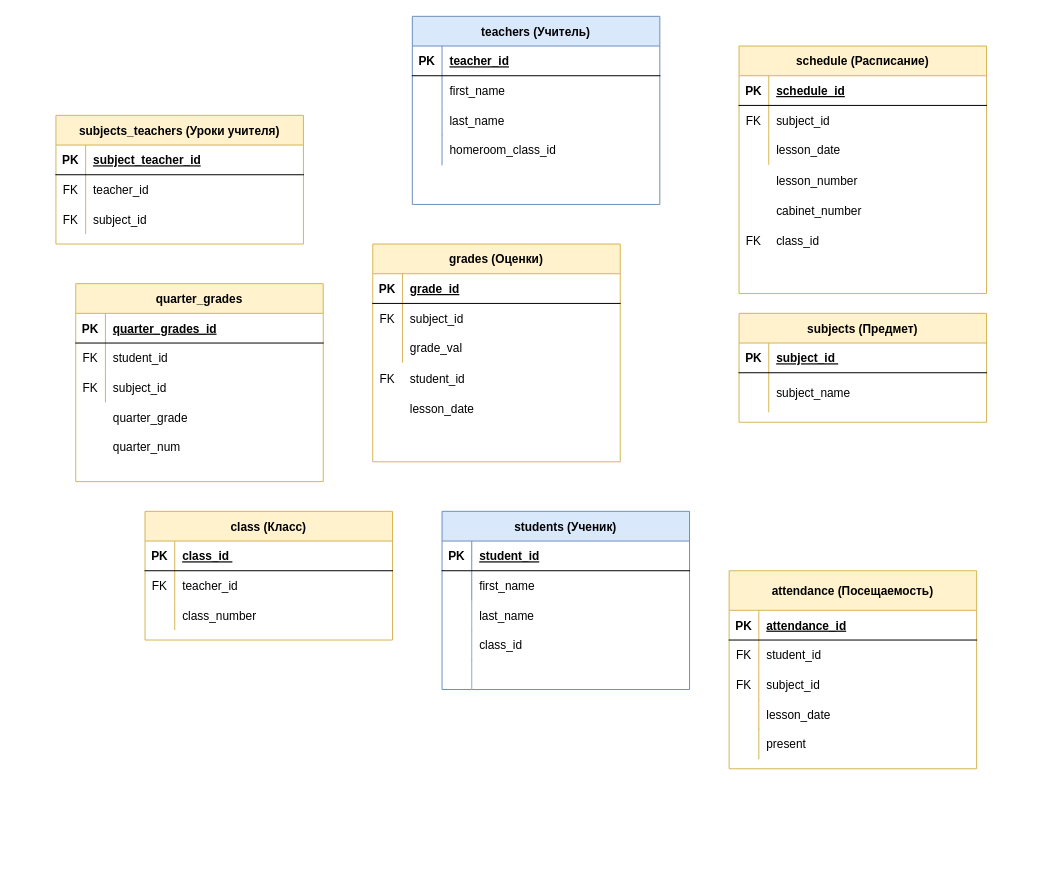
Before: Диаграмма без названия.drawio in Web-destiny/appNotes, a draw.io diagram. Source tidied: cells renumbered, new cells numbered last; positions are measured from the earlier drawing's top-left corner, leaving out a move shared by most shapes. Both pictures are drawn from the tidied source at 99%, with x=0, y=0 at pixel (55, 16).
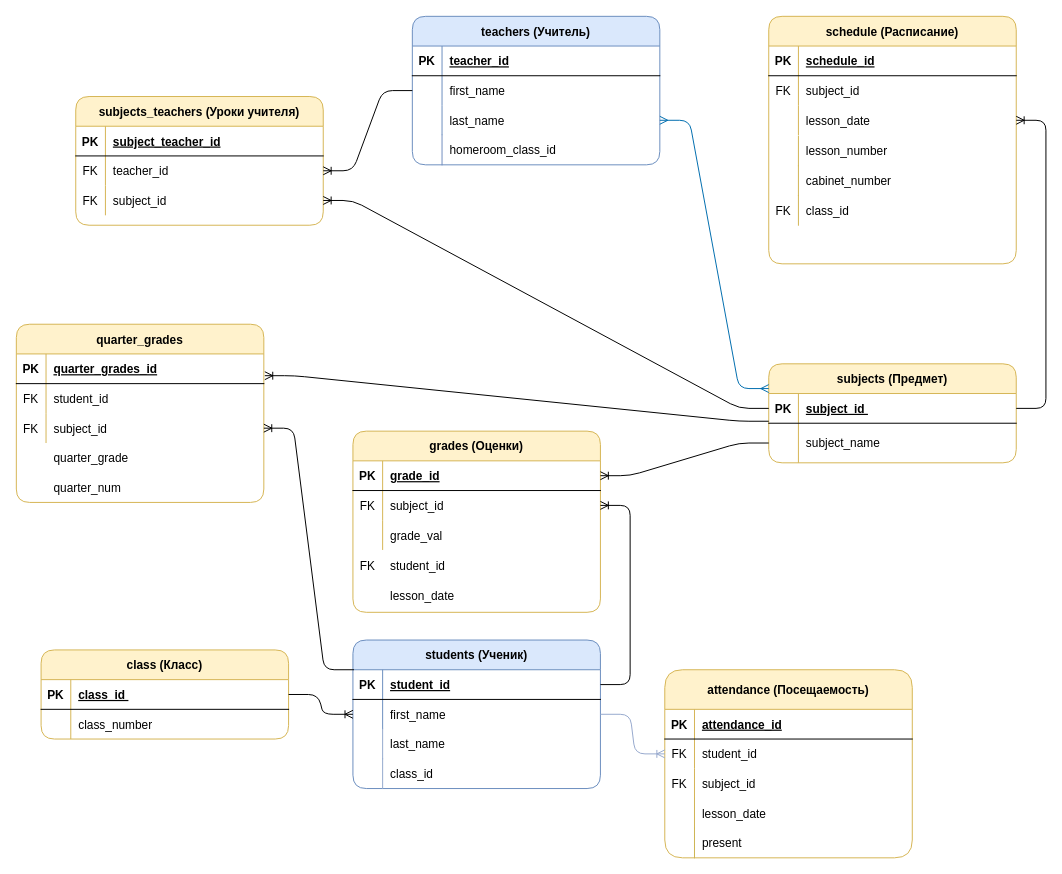
After the change.

The change refers to these unchanged cells:
```xml
<mxCell id="6" style="shape=partialRectangle;fillColor=none;points=[[0,0.5],[1,0.5]];portConstraint=eastwest;top=0;left=0;right=0;bottom=0;" parent="2" vertex="1">
  <mxGeometry y="60" width="250" height="30" as="geometry" />
</mxCell>
<mxCell id="9" style="shape=partialRectangle;fillColor=none;points=[[0,0.5],[1,0.5]];portConstraint=eastwest;top=0;left=0;right=0;bottom=0;" parent="2" vertex="1">
  <mxGeometry y="90" width="250" height="30" as="geometry" />
</mxCell>
<mxCell id="13" style="shape=partialRectangle;fillColor=none;points=[[0,0.5],[1,0.5]];portConstraint=eastwest;top=0;left=0;right=0;bottom=1;" parent="12" vertex="1">
  <mxGeometry y="30" width="250" height="30" as="geometry" />
</mxCell>
<mxCell id="16" style="shape=partialRectangle;fillColor=none;points=[[0,0.5],[1,0.5]];portConstraint=eastwest;top=0;left=0;right=0;bottom=0;" parent="12" vertex="1">
  <mxGeometry y="60" width="250" height="40" as="geometry" />
</mxCell>
<mxCell id="20" style="shape=partialRectangle;fillColor=none;points=[[0,0.5],[1,0.5]];portConstraint=eastwest;top=0;left=0;right=0;bottom=1;" parent="19" vertex="1">
  <mxGeometry y="30" width="250" height="30" as="geometry" />
</mxCell>
<mxCell id="23" style="shape=partialRectangle;fillColor=none;top=0;left=0;right=0;bottom=0;" parent="19" vertex="1">
  <mxGeometry y="60" width="250" height="30" as="geometry" />
</mxCell>
<mxCell id="33" style="shape=partialRectangle;fillColor=none;points=[[0,0.5],[1,0.5]];portConstraint=eastwest;top=0;left=0;right=0;bottom=0;" parent="29" vertex="1">
  <mxGeometry y="60" width="250" height="30" as="geometry" />
</mxCell>
<mxCell id="36" style="shape=partialRectangle;fillColor=none;points=[[0,0.5],[1,0.5]];portConstraint=eastwest;top=0;left=0;right=0;bottom=0;" parent="29" vertex="1">
  <mxGeometry y="90" width="250" height="30" as="geometry" />
</mxCell>
<mxCell id="43" style="shape=partialRectangle;fillColor=none;points=[[0,0.5],[1,0.5]];portConstraint=eastwest;top=0;left=0;right=0;bottom=0;" parent="39" vertex="1">
  <mxGeometry y="70" width="250" height="30" as="geometry" />
</mxCell>
<mxCell id="50" style="shape=partialRectangle;fillColor=none;points=[[0,0.5],[1,0.5]];portConstraint=eastwest;top=0;left=0;right=0;bottom=1;" parent="49" vertex="1">
  <mxGeometry y="30" width="250" height="30" as="geometry" />
</mxCell>
<mxCell id="53" style="shape=partialRectangle;fillColor=none;points=[[0,0.5],[1,0.5]];portConstraint=eastwest;top=0;left=0;right=0;bottom=0;" parent="49" vertex="1">
  <mxGeometry y="60" width="250" height="30" as="geometry" />
</mxCell>
<mxCell id="60" style="shape=partialRectangle;fillColor=none;points=[[0,0.5],[1,0.5]];portConstraint=eastwest;top=0;left=0;right=0;bottom=1;" parent="59" vertex="1">
  <mxGeometry y="30" width="250" height="30" as="geometry" />
</mxCell>
<mxCell id="66" style="shape=partialRectangle;fillColor=none;points=[[0,0.5],[1,0.5]];portConstraint=eastwest;top=0;left=0;right=0;bottom=0;" parent="59" vertex="1">
  <mxGeometry y="90" width="250" height="30" as="geometry" />
</mxCell>
<mxCell id="76" style="shape=partialRectangle;fillColor=none;points=[[0,0.5],[1,0.5]];portConstraint=eastwest;top=0;left=0;right=0;bottom=0;" parent="69" vertex="1">
  <mxGeometry y="90" width="250" height="30" as="geometry" />
</mxCell>
<mxCell id="80" style="shape=partialRectangle;fillColor=none;points=[[0,0.5],[1,0.5]];portConstraint=eastwest;top=0;left=0;right=0;bottom=1;" parent="79" vertex="1">
  <mxGeometry y="30" width="250" height="30" as="geometry" />
</mxCell>
<mxCell id="83" style="shape=partialRectangle;fillColor=none;points=[[0,0.5],[1,0.5]];portConstraint=eastwest;top=0;left=0;right=0;bottom=0;" parent="79" vertex="1">
  <mxGeometry y="60" width="250" height="30" as="geometry" />
</mxCell>
```

The edit, as a diff of the source:
```diff
@@
-    <mxCell id="2" value="teachers (Учитель)" style="shape=table;startSize=30;childLayout=tableLayout;rowLines=0;fontStyle=1;align=center;fillColor=#dae8fc;strokeColor=#6c8ebf;" parent="1" vertex="1">
-      <mxGeometry x="360" width="250" height="190" as="geometry" />
+    <mxCell id="2" value="teachers (Учитель)" style="shape=table;startSize=30;childLayout=tableLayout;rowLines=0;fontStyle=1;align=center;fillColor=#dae8fc;strokeColor=#6c8ebf;rounded=1;" parent="1" vertex="1">
+      <mxGeometry x="360" width="250" height="150" as="geometry" />
     </mxCell>
@@
-    <mxCell id="12" value="subjects (Предмет)" style="shape=table;startSize=30;childLayout=tableLayout;rowLines=0;fontStyle=1;align=center;fillColor=#fff2cc;strokeColor=#d6b656;" parent="1" vertex="1">
-      <mxGeometry x="690" y="300" width="250" height="110" as="geometry" />
+    <mxCell id="12" value="subjects (Предмет)" style="shape=table;startSize=30;childLayout=tableLayout;rowLines=0;fontStyle=1;align=center;fillColor=#fff2cc;strokeColor=#d6b656;rounded=1;" parent="1" vertex="1">
+      <mxGeometry x="720" y="351" width="250" height="100" as="geometry" />
     </mxCell>
@@
-    <mxCell id="19" value="class (Класс)" style="shape=table;startSize=30;childLayout=tableLayout;rowLines=0;fontStyle=1;align=center;fillColor=#fff2cc;strokeColor=#d6b656;" parent="1" vertex="1">
-      <mxGeometry x="90" y="500" width="250" height="130" as="geometry" />
+    <mxCell id="19" value="class (Класс)" style="shape=table;startSize=30;childLayout=tableLayout;rowLines=0;fontStyle=1;align=center;fillColor=#fff2cc;strokeColor=#d6b656;rounded=1;" parent="1" vertex="1">
+      <mxGeometry x="-15" y="640" width="250" height="90" as="geometry" />
     </mxCell>
@@
-    <mxCell id="24" value="FK" style="shape=partialRectangle;overflow=hidden;fillColor=none;top=0;left=0;bottom=0;right=0;" parent="23" vertex="1">
+    <mxCell id="24" style="shape=partialRectangle;overflow=hidden;fillColor=none;top=0;left=0;bottom=0;right=0;" parent="23" vertex="1">
       <mxGeometry width="30" height="30" as="geometry" />
     </mxCell>
-    <mxCell id="25" value="teacher_id" style="shape=partialRectangle;overflow=hidden;fillColor=none;top=0;left=0;bottom=0;right=0;align=left;spacingLeft=6;" parent="23" vertex="1">
+    <mxCell id="25" value="class_number" style="shape=partialRectangle;overflow=hidden;fillColor=none;top=0;left=0;bottom=0;right=0;align=left;spacingLeft=6;" parent="23" vertex="1">
       <mxGeometry x="30" width="220" height="30" as="geometry" />
     </mxCell>
-    <mxCell id="26" style="shape=partialRectangle;fillColor=none;top=0;left=0;right=0;bottom=0;" parent="19" vertex="1">
-      <mxGeometry y="90" width="250" height="30" as="geometry" />
-    </mxCell>
-    <mxCell id="27" style="shape=partialRectangle;overflow=hidden;fillColor=none;top=0;left=0;bottom=0;right=0;" parent="26" vertex="1">
-      <mxGeometry width="30" height="30" as="geometry" />
-    </mxCell>
-    <mxCell id="28" value="class_number" style="shape=partialRectangle;overflow=hidden;fillColor=none;top=0;left=0;bottom=0;right=0;align=left;spacingLeft=6;" parent="26" vertex="1">
-      <mxGeometry x="30" width="220" height="30" as="geometry" />
-    </mxCell>
-    <mxCell id="29" value="subjects_teachers (Уроки учителя)" style="shape=table;startSize=30;childLayout=tableLayout;rowLines=0;fontStyle=1;align=center;fillColor=#fff2cc;strokeColor=#d6b656;" parent="1" vertex="1">
-      <mxGeometry y="100" width="250" height="130" as="geometry" />
+    <mxCell id="29" value="subjects_teachers (Уроки учителя)" style="shape=table;startSize=30;childLayout=tableLayout;rowLines=0;fontStyle=1;align=center;fillColor=#fff2cc;strokeColor=#d6b656;rounded=1;" parent="1" vertex="1">
+      <mxGeometry x="20" y="81" width="250" height="130" as="geometry" />
     </mxCell>
@@
-    <mxCell id="39" value="attendance (Посещаемость)" style="shape=table;startSize=40;childLayout=tableLayout;rowLines=0;fontStyle=1;align=center;fillColor=#fff2cc;strokeColor=#d6b656;" parent="1" vertex="1">
-      <mxGeometry x="680" y="560" width="250" height="200" as="geometry" />
+    <mxCell id="39" value="attendance (Посещаемость)" style="shape=table;startSize=40;childLayout=tableLayout;rowLines=0;fontStyle=1;align=center;fillColor=#fff2cc;strokeColor=#d6b656;rounded=1;" parent="1" vertex="1">
+      <mxGeometry x="615" y="660" width="250" height="190" as="geometry" />
     </mxCell>
@@
-    <mxCell id="49" value="grades (Оценки)" style="shape=table;startSize=30;childLayout=tableLayout;rowLines=0;fontStyle=1;align=center;fillColor=#fff2cc;strokeColor=#d6b656;" parent="1" vertex="1">
-      <mxGeometry x="320" y="230" width="250" height="220" as="geometry" />
+    <mxCell id="49" value="grades (Оценки)" style="shape=table;startSize=30;childLayout=tableLayout;rowLines=0;fontStyle=1;align=center;fillColor=#fff2cc;strokeColor=#d6b656;rounded=1;" parent="1" vertex="1">
+      <mxGeometry x="300" y="419" width="250" height="183" as="geometry" />
     </mxCell>
@@
-    <mxCell id="59" value="quarter_grades" style="shape=table;startSize=30;childLayout=tableLayout;rowLines=0;fontStyle=1;align=center;fillColor=#fff2cc;strokeColor=#d6b656;" parent="1" vertex="1">
-      <mxGeometry x="20" y="270" width="250" height="200" as="geometry" />
+    <mxCell id="59" value="quarter_grades" style="shape=table;startSize=30;childLayout=tableLayout;rowLines=0;fontStyle=1;align=center;fillColor=#fff2cc;strokeColor=#d6b656;rounded=1;" parent="1" vertex="1">
+      <mxGeometry x="-40" y="311" width="250" height="180" as="geometry" />
     </mxCell>
@@
-    <mxCell id="69" value="schedule (Расписание)" style="shape=table;startSize=30;childLayout=tableLayout;rowLines=0;fontStyle=1;align=center;fillColor=#fff2cc;strokeColor=#d6b656;" parent="1" vertex="1">
-      <mxGeometry x="690" y="30" width="250" height="250" as="geometry" />
+    <mxCell id="69" value="schedule (Расписание)" style="shape=table;startSize=30;childLayout=tableLayout;rowLines=0;fontStyle=1;align=center;fillColor=#fff2cc;strokeColor=#d6b656;rounded=1;" parent="1" vertex="1">
+      <mxGeometry x="720" width="250" height="250" as="geometry" />
     </mxCell>
@@
-    <mxCell id="79" value="students (Ученик)" style="shape=table;startSize=30;childLayout=tableLayout;rowLines=0;fontStyle=1;align=center;fillColor=#dae8fc;strokeColor=#6c8ebf;top=1;right=1;" parent="1" vertex="1">
-      <mxGeometry x="390" y="500" width="250" height="180" as="geometry" />
+    <mxCell id="79" value="students (Ученик)" style="shape=table;startSize=30;childLayout=tableLayout;rowLines=0;fontStyle=1;align=center;fillColor=#dae8fc;strokeColor=#6c8ebf;top=1;right=1;rounded=1;" parent="1" vertex="1">
+      <mxGeometry x="300" y="630" width="250" height="150" as="geometry" />
     </mxCell>
@@
     <mxCell id="86" style="shape=partialRectangle;overflow=hidden;fillColor=none;top=0;left=0;bottom=0;right=1;strokeWidth=1;strokeColor=#94a9ce;align=center;verticalAlign=middle;fontFamily=Helvetica;fontSize=12;fontColor=default;" parent="1" vertex="1">
-      <mxGeometry x="390" y="590" width="30" height="30" as="geometry" />
+      <mxGeometry x="300" y="720" width="30" height="30" as="geometry" />
     </mxCell>
     <mxCell id="87" value="last_name" style="shape=partialRectangle;overflow=hidden;fillColor=none;top=0;left=0;bottom=0;right=0;align=left;spacingLeft=6;strokeWidth=1;" parent="1" vertex="1">
-      <mxGeometry x="420" y="590" width="220" height="30" as="geometry" />
+      <mxGeometry x="330" y="720" width="220" height="30" as="geometry" />
     </mxCell>
     <mxCell id="88" style="shape=partialRectangle;overflow=hidden;fillColor=none;top=0;left=0;bottom=0;right=1;strokeWidth=1;strokeColor=#94a9ce;align=center;verticalAlign=middle;fontFamily=Helvetica;fontSize=12;fontColor=default;" parent="1" vertex="1">
-      <mxGeometry x="390" y="620" width="30" height="30" as="geometry" />
+      <mxGeometry x="300" y="750" width="30" height="30" as="geometry" />
     </mxCell>
     <mxCell id="89" value="class_id" style="shape=partialRectangle;overflow=hidden;fillColor=none;top=0;left=0;bottom=0;right=0;align=left;spacingLeft=6;strokeWidth=1;" parent="1" vertex="1">
-      <mxGeometry x="420" y="620" width="220" height="30" as="geometry" />
+      <mxGeometry x="330" y="750" width="220" height="30" as="geometry" />
     </mxCell>
-    <mxCell id="90" style="shape=partialRectangle;overflow=hidden;fillColor=none;top=0;left=0;bottom=0;right=1;strokeWidth=1;strokeColor=#94a9ce;align=center;verticalAlign=middle;fontFamily=Helvetica;fontSize=12;fontColor=default;" parent="1" vertex="1">
-      <mxGeometry x="390" y="650" width="30" height="30" as="geometry" />
-    </mxCell>
-    <mxCell id="91" style="shape=partialRectangle;overflow=hidden;fillColor=none;top=0;left=0;bottom=0;right=0;align=left;spacingLeft=6;strokeWidth=1;" parent="1" vertex="1">
-      <mxGeometry x="420" y="650" width="220" height="30" as="geometry" />
-    </mxCell>
@@
     <mxCell id="94" style="shape=partialRectangle;overflow=hidden;fillColor=none;top=0;left=0;bottom=0;right=1;strokeColor=#d2b654;" parent="1" vertex="1">
-      <mxGeometry x="680" y="690" width="30" height="30" as="geometry" />
+      <mxGeometry x="615" y="790" width="30" height="30" as="geometry" />
     </mxCell>
     <mxCell id="95" value="lesson_date" style="shape=partialRectangle;overflow=hidden;fillColor=none;top=0;left=0;bottom=0;right=0;align=left;spacingLeft=6;" parent="1" vertex="1">
-      <mxGeometry x="710" y="690" width="220" height="30" as="geometry" />
+      <mxGeometry x="645" y="790" width="220" height="30" as="geometry" />
     </mxCell>
     <mxCell id="96" style="shape=partialRectangle;overflow=hidden;fillColor=none;top=0;left=0;bottom=0;right=1;strokeColor=#ceb652;" parent="1" vertex="1">
-      <mxGeometry x="680" y="720" width="30" height="30" as="geometry" />
+      <mxGeometry x="615" y="820" width="30" height="30" as="geometry" />
     </mxCell>
     <mxCell id="97" value="present" style="shape=partialRectangle;overflow=hidden;fillColor=none;top=0;left=0;bottom=0;right=0;align=left;spacingLeft=6;strokeColor=#d2b654;" parent="1" vertex="1">
-      <mxGeometry x="710" y="720" width="220" height="30" as="geometry" />
+      <mxGeometry x="645" y="820" width="220" height="30" as="geometry" />
     </mxCell>
     <mxCell id="98" value="FK" style="shape=partialRectangle;overflow=hidden;fillColor=none;top=0;left=0;bottom=0;right=0;" parent="1" vertex="1">
-      <mxGeometry x="320" y="351" width="30" height="30" as="geometry" />
+      <mxGeometry x="300" y="540" width="30" height="30" as="geometry" />
     </mxCell>
     <mxCell id="99" value="student_id" style="shape=partialRectangle;overflow=hidden;fillColor=none;top=0;left=0;bottom=0;right=0;align=left;spacingLeft=6;" parent="1" vertex="1">
-      <mxGeometry x="350" y="351" width="220" height="30" as="geometry" />
+      <mxGeometry x="330" y="540" width="220" height="30" as="geometry" />
     </mxCell>
     <mxCell id="100" style="shape=partialRectangle;overflow=hidden;fillColor=none;top=0;left=0;bottom=0;right=0;" parent="1" vertex="1">
-      <mxGeometry x="320" y="381" width="30" height="30" as="geometry" />
+      <mxGeometry x="300" y="570" width="30" height="30" as="geometry" />
     </mxCell>
     <mxCell id="101" value="lesson_date" style="shape=partialRectangle;overflow=hidden;fillColor=none;top=0;left=0;bottom=0;right=0;align=left;spacingLeft=6;" parent="1" vertex="1">
-      <mxGeometry x="350" y="381" width="220" height="30" as="geometry" />
+      <mxGeometry x="330" y="570" width="220" height="30" as="geometry" />
     </mxCell>
-    <mxCell id="102" style="shape=partialRectangle;overflow=hidden;fillColor=none;top=0;left=0;bottom=0;right=0;" parent="1" vertex="1">
-      <mxGeometry x="690" y="151" width="30" height="30" as="geometry" />
+    <mxCell id="102" style="shape=partialRectangle;overflow=hidden;fillColor=none;top=0;left=0;bottom=0;right=1;strokeColor=#d2b654;" parent="1" vertex="1">
+      <mxGeometry x="720" y="121" width="30" height="30" as="geometry" />
     </mxCell>
     <mxCell id="103" value="lesson_number" style="shape=partialRectangle;overflow=hidden;fillColor=none;top=0;left=0;bottom=0;right=0;align=left;spacingLeft=6;" parent="1" vertex="1">
-      <mxGeometry x="720" y="151" width="220" height="30" as="geometry" />
+      <mxGeometry x="750" y="121" width="220" height="30" as="geometry" />
     </mxCell>
-    <mxCell id="104" style="shape=partialRectangle;overflow=hidden;fillColor=none;top=0;left=0;bottom=0;right=0;" parent="1" vertex="1">
-      <mxGeometry x="690" y="181" width="30" height="30" as="geometry" />
+    <mxCell id="104" style="shape=partialRectangle;overflow=hidden;fillColor=none;top=0;left=0;bottom=0;right=1;strokeColor=#d2b654;" parent="1" vertex="1">
+      <mxGeometry x="720" y="151" width="30" height="30" as="geometry" />
     </mxCell>
     <mxCell id="105" value="cabinet_number" style="shape=partialRectangle;overflow=hidden;fillColor=none;top=0;left=0;bottom=0;right=0;align=left;spacingLeft=6;" parent="1" vertex="1">
-      <mxGeometry x="720" y="181" width="220" height="30" as="geometry" />
+      <mxGeometry x="750" y="151" width="220" height="30" as="geometry" />
     </mxCell>
-    <mxCell id="106" value="FK" style="shape=partialRectangle;overflow=hidden;fillColor=none;top=0;left=0;bottom=0;right=0;" parent="1" vertex="1">
-      <mxGeometry x="690" y="211" width="30" height="30" as="geometry" />
+    <mxCell id="106" value="FK" style="shape=partialRectangle;overflow=hidden;fillColor=none;top=0;left=0;bottom=0;right=1;strokeColor=#d2b654;" parent="1" vertex="1">
+      <mxGeometry x="720" y="181" width="30" height="30" as="geometry" />
     </mxCell>
     <mxCell id="107" value="class_id" style="shape=partialRectangle;overflow=hidden;fillColor=none;top=0;left=0;bottom=0;right=0;align=left;spacingLeft=6;" parent="1" vertex="1">
-      <mxGeometry x="720" y="211" width="220" height="30" as="geometry" />
+      <mxGeometry x="750" y="181" width="220" height="30" as="geometry" />
     </mxCell>
     <mxCell id="108" style="shape=partialRectangle;overflow=hidden;fillColor=none;top=0;left=0;bottom=0;right=0;" parent="1" vertex="1">
-      <mxGeometry x="20" y="390" width="30" height="30" as="geometry" />
+      <mxGeometry x="-40" y="431" width="30" height="30" as="geometry" />
     </mxCell>
     <mxCell id="109" value="quarter_grade" style="shape=partialRectangle;overflow=hidden;fillColor=none;top=0;left=0;bottom=0;right=0;align=left;spacingLeft=6;" parent="1" vertex="1">
-      <mxGeometry x="50" y="390" width="220" height="30" as="geometry" />
+      <mxGeometry x="-10" y="431" width="220" height="30" as="geometry" />
     </mxCell>
     <mxCell id="110" style="shape=partialRectangle;overflow=hidden;fillColor=none;top=0;left=0;bottom=0;right=0;" parent="1" vertex="1">
-      <mxGeometry x="20" y="420" width="30" height="30" as="geometry" />
+      <mxGeometry x="-40" y="461" width="30" height="30" as="geometry" />
     </mxCell>
     <mxCell id="111" value="quarter_num" style="shape=partialRectangle;overflow=hidden;fillColor=none;top=0;left=0;bottom=0;right=0;align=left;spacingLeft=6;" parent="1" vertex="1">
-      <mxGeometry x="50" y="420" width="220" height="30" as="geometry" />
+      <mxGeometry x="-10" y="461" width="220" height="30" as="geometry" />
     </mxCell>
+    <mxCell id="112" style="edgeStyle=entityRelationEdgeStyle;fontSize=12;html=1;endArrow=ERmany;startArrow=ERmany;rounded=1;entryX=0;entryY=0.25;entryDx=0;entryDy=0;fillColor=#1ba1e2;strokeColor=#006EAF;exitX=1;exitY=0.5;exitDx=0;exitDy=0;curved=0;" parent="1" edge="1" source="9" target="12">
+      <mxGeometry relative="1" as="geometry" />
+    </mxCell>
+    <mxCell id="113" style="edgeStyle=entityRelationEdgeStyle;fontSize=12;html=1;endArrow=ERoneToMany;rounded=1;exitX=1;exitY=0.5;exitDx=0;exitDy=0;entryX=0;entryY=0.5;entryDx=0;entryDy=0;curved=0;" parent="1" edge="1" source="20" target="83">
+      <mxGeometry relative="1" as="geometry" />
+    </mxCell>
+    <mxCell id="114" style="edgeStyle=entityRelationEdgeStyle;fontSize=12;html=1;endArrow=ERoneToMany;rounded=1;exitX=0;exitY=0.5;exitDx=0;exitDy=0;entryX=1;entryY=0.5;entryDx=0;entryDy=0;curved=0;" parent="1" edge="1" source="6" target="33">
+      <mxGeometry relative="1" as="geometry" />
+    </mxCell>
+    <mxCell id="115" style="edgeStyle=entityRelationEdgeStyle;fontSize=12;html=1;endArrow=ERoneToMany;rounded=1;entryX=0;entryY=0.5;entryDx=0;entryDy=0;exitX=1;exitY=0.5;exitDx=0;exitDy=0;strokeColor=#97a9ce;curved=0;" parent="1" edge="1" source="83" target="43">
+      <mxGeometry relative="1" as="geometry" />
+    </mxCell>
+    <mxCell id="116" style="edgeStyle=entityRelationEdgeStyle;fontSize=12;html=1;endArrow=ERoneToMany;rounded=1;entryX=1;entryY=0.5;entryDx=0;entryDy=0;exitX=1;exitY=0.5;exitDx=0;exitDy=0;curved=0;" parent="1" edge="1" source="80" target="53">
+      <mxGeometry relative="1" as="geometry" />
+    </mxCell>
+    <mxCell id="117" style="edgeStyle=entityRelationEdgeStyle;fontSize=12;html=1;endArrow=ERoneToMany;rounded=1;entryX=1;entryY=0.5;entryDx=0;entryDy=0;exitX=0;exitY=0.5;exitDx=0;exitDy=0;curved=0;" parent="1" edge="1" source="16" target="50">
+      <mxGeometry relative="1" as="geometry" />
+    </mxCell>
+    <mxCell id="118" style="edgeStyle=entityRelationEdgeStyle;fontSize=12;html=1;endArrow=ERoneToMany;rounded=1;entryX=1;entryY=0.5;entryDx=0;entryDy=0;exitX=1;exitY=0.5;exitDx=0;exitDy=0;curved=0;" parent="1" edge="1" source="13" target="76">
+      <mxGeometry relative="1" as="geometry" />
+    </mxCell>
+    <mxCell id="119" style="edgeStyle=entityRelationEdgeStyle;fontSize=12;html=1;endArrow=ERoneToMany;rounded=1;entryX=1;entryY=0.5;entryDx=0;entryDy=0;exitX=0.004;exitY=0;exitDx=0;exitDy=0;exitPerimeter=0;curved=0;" parent="1" edge="1" source="80" target="66">
+      <mxGeometry relative="1" as="geometry" />
+    </mxCell>
+    <mxCell id="120" style="edgeStyle=entityRelationEdgeStyle;fontSize=12;html=1;endArrow=ERoneToMany;rounded=1;entryX=1.004;entryY=0.733;entryDx=0;entryDy=0;entryPerimeter=0;exitX=0;exitY=0.933;exitDx=0;exitDy=0;exitPerimeter=0;curved=0;" parent="1" edge="1" source="13" target="60">
+      <mxGeometry relative="1" as="geometry" />
+    </mxCell>
+    <mxCell id="121" style="edgeStyle=entityRelationEdgeStyle;fontSize=12;html=1;endArrow=ERoneToMany;rounded=1;entryX=1;entryY=0.5;entryDx=0;entryDy=0;exitX=0;exitY=0.5;exitDx=0;exitDy=0;curved=0;" parent="1" edge="1" source="13" target="36">
+      <mxGeometry relative="1" as="geometry" />
+    </mxCell>
```
